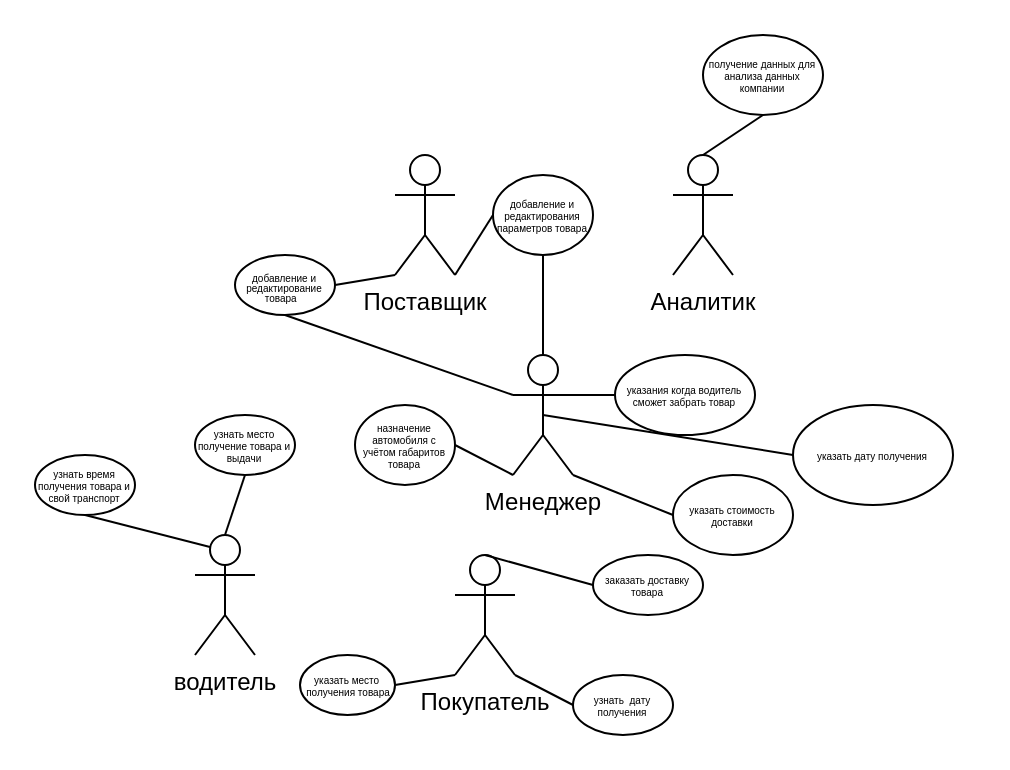
imartem1/question keeps this draw.io diagram as Диаграмма без названия.drawio. Above is the earlier version. Source tidied: cells renumbered, new cells numbered last; positions are measured from the earlier drawing's top-left corner, leaving out a move shared by most shapes. Both pictures are drawn from the tidied source at 200%, with x=0, y=0 at pixel (34, 34).
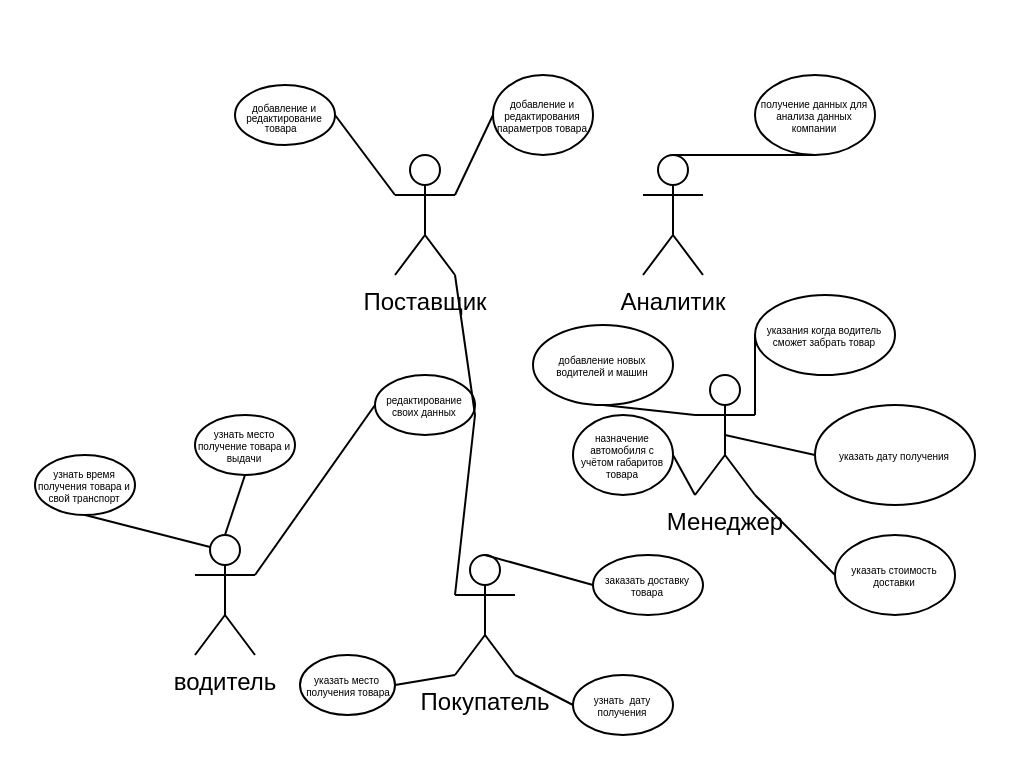
The same page after the edit.

Unchanged cells that the change refers to:
```xml
<mxCell id="2" value="водитель" style="shape=umlActor;verticalLabelPosition=bottom;verticalAlign=top;html=1;outlineConnect=0;" parent="1" vertex="1">
  <mxGeometry x="80" y="250" width="30" height="60" as="geometry" />
</mxCell>
<mxCell id="3" value="Поставщик" style="shape=umlActor;verticalLabelPosition=bottom;verticalAlign=top;html=1;outlineConnect=0;" parent="1" vertex="1">
  <mxGeometry x="180" y="60" width="30" height="60" as="geometry" />
</mxCell>
<mxCell id="4" value="Покупатель" style="shape=umlActor;verticalLabelPosition=bottom;verticalAlign=top;html=1;outlineConnect=0;" parent="1" vertex="1">
  <mxGeometry x="210" y="260" width="30" height="60" as="geometry" />
</mxCell>
```

The edit, as a diff of the source:
```diff
@@
     <mxCell id="5" value="Менеджер" style="shape=umlActor;verticalLabelPosition=bottom;verticalAlign=top;html=1;outlineConnect=0;" parent="1" vertex="1">
-      <mxGeometry x="239" y="160" width="30" height="60" as="geometry" />
+      <mxGeometry x="330" y="170" width="30" height="60" as="geometry" />
     </mxCell>
     <mxCell id="6" value="Аналитик" style="shape=umlActor;verticalLabelPosition=bottom;verticalAlign=top;html=1;outlineConnect=0;" parent="1" vertex="1">
-      <mxGeometry x="319" y="60" width="30" height="60" as="geometry" />
+      <mxGeometry x="304" y="60" width="30" height="60" as="geometry" />
     </mxCell>
     <mxCell id="7" value="&lt;p style=&quot;line-height: 0.4;&quot;&gt;&lt;span style=&quot;font-size: 5px;&quot;&gt;добавление и редактирование товара&lt;/span&gt;&amp;nbsp;&lt;/p&gt;" style="ellipse;whiteSpace=wrap;html=1;align=center;" parent="1" vertex="1">
-      <mxGeometry x="100" y="110" width="50" height="30" as="geometry" />
+      <mxGeometry x="100" y="25" width="50" height="30" as="geometry" />
     </mxCell>
     <mxCell id="8" value="добавление и редактирования параметров товара" style="ellipse;whiteSpace=wrap;html=1;fontSize=5;" parent="1" vertex="1">
-      <mxGeometry x="229" y="70" width="50" height="40" as="geometry" />
+      <mxGeometry x="229" y="20" width="50" height="40" as="geometry" />
     </mxCell>
-    <mxCell id="9" style="endArrow=none;html=1;rounded=0;fontSize=5;exitX=1;exitY=0.5;exitDx=0;exitDy=0;entryX=0;entryY=1;entryDx=0;entryDy=0;entryPerimeter=0;" parent="1" edge="1" source="7" target="3">
+    <mxCell id="9" style="endArrow=none;html=1;rounded=0;fontSize=5;exitX=1;exitY=0.5;exitDx=0;exitDy=0;entryX=0;entryY=0.3333333333333333;entryDx=0;entryDy=0;entryPerimeter=0;" parent="1" edge="1" source="7" target="3">
       <mxGeometry relative="1" as="geometry" />
     </mxCell>
-    <mxCell id="10" style="endArrow=none;html=1;rounded=0;fontSize=5;entryX=0;entryY=0.5;entryDx=0;entryDy=0;exitX=1;exitY=1;exitDx=0;exitDy=0;exitPerimeter=0;" parent="1" edge="1" source="3" target="8">
+    <mxCell id="10" style="endArrow=none;html=1;rounded=0;fontSize=5;entryX=0;entryY=0.5;entryDx=0;entryDy=0;exitX=1;exitY=0.3333333333333333;exitDx=0;exitDy=0;exitPerimeter=0;" parent="1" edge="1" source="3" target="8">
       <mxGeometry relative="1" as="geometry" />
     </mxCell>
@@
     <mxCell id="21" value="получение данных для анализа данных компании" style="ellipse;whiteSpace=wrap;html=1;fontSize=5;" parent="1" vertex="1">
-      <mxGeometry x="334" width="60" height="40" as="geometry" />
+      <mxGeometry x="360" y="20" width="60" height="40" as="geometry" />
     </mxCell>
@@
-    <mxCell id="23" style="endArrow=none;html=1;rounded=0;fontSize=5;exitX=0.5;exitY=1;exitDx=0;exitDy=0;entryX=0.5;entryY=0;entryDx=0;entryDy=0;entryPerimeter=0;" parent="1" edge="1" source="8" target="5">
-      <mxGeometry relative="1" as="geometry" />
-    </mxCell>
-    <mxCell id="24" style="endArrow=none;html=1;rounded=0;fontSize=5;exitX=0.5;exitY=1;exitDx=0;exitDy=0;entryX=0;entryY=0.3333333333333333;entryDx=0;entryDy=0;entryPerimeter=0;" parent="1" edge="1" source="7" target="5">
-      <mxGeometry relative="1" as="geometry" />
-    </mxCell>
     <mxCell id="25" value="назначение автомобиля с учётом габаритов товара" style="ellipse;whiteSpace=wrap;html=1;fontSize=5;" parent="1" vertex="1">
-      <mxGeometry x="160" y="185" width="50" height="40" as="geometry" />
+      <mxGeometry x="269" y="190" width="50" height="40" as="geometry" />
     </mxCell>
@@
     <mxCell id="27" value="указания когда водитель сможет забрать товар" style="ellipse;whiteSpace=wrap;html=1;fontSize=5;" parent="1" vertex="1">
-      <mxGeometry x="290" y="160" width="70" height="40" as="geometry" />
+      <mxGeometry x="360" y="130" width="70" height="40" as="geometry" />
     </mxCell>
@@
     <mxCell id="29" value="указать стоимость доставки" style="ellipse;whiteSpace=wrap;html=1;fontSize=5;" parent="1" vertex="1">
-      <mxGeometry x="319" y="220" width="60" height="40" as="geometry" />
+      <mxGeometry x="400" y="250" width="60" height="40" as="geometry" />
     </mxCell>
@@
     <mxCell id="31" value="указать дату получения" style="ellipse;whiteSpace=wrap;html=1;fontSize=5;" parent="1" vertex="1">
-      <mxGeometry x="379" y="185" width="80" height="50" as="geometry" />
+      <mxGeometry x="390" y="185" width="80" height="50" as="geometry" />
     </mxCell>
@@
+    <mxCell id="33" value="добавление новых водителей и машин" style="ellipse;whiteSpace=wrap;html=1;fontSize=5;" parent="1" vertex="1">
+      <mxGeometry x="249" y="145" width="70" height="40" as="geometry" />
+    </mxCell>
+    <mxCell id="34" style="endArrow=none;html=1;rounded=0;fontSize=5;entryX=0.5;entryY=1;entryDx=0;entryDy=0;exitX=0;exitY=0.3333333333333333;exitDx=0;exitDy=0;exitPerimeter=0;" parent="1" edge="1" source="5" target="33">
+      <mxGeometry relative="1" as="geometry" />
+    </mxCell>
+    <mxCell id="35" value="редактирование своих данных" style="ellipse;whiteSpace=wrap;html=1;fontSize=5;" parent="1" vertex="1">
+      <mxGeometry x="170" y="170" width="50" height="30" as="geometry" />
+    </mxCell>
+    <mxCell id="36" style="endArrow=none;html=1;rounded=0;fontSize=5;entryX=1;entryY=1;entryDx=0;entryDy=0;entryPerimeter=0;" parent="1" edge="1" target="3">
+      <mxGeometry relative="1" as="geometry">
+        <mxPoint x="220" y="190" as="sourcePoint" />
+      </mxGeometry>
+    </mxCell>
+    <mxCell id="37" style="endArrow=none;html=1;rounded=0;fontSize=5;exitX=0;exitY=0.5;exitDx=0;exitDy=0;entryX=1;entryY=0.3333333333333333;entryDx=0;entryDy=0;entryPerimeter=0;" parent="1" edge="1" source="35" target="2">
+      <mxGeometry relative="1" as="geometry" />
+    </mxCell>
+    <mxCell id="38" style="endArrow=none;html=1;rounded=0;fontSize=5;entryX=0;entryY=0.3333333333333333;entryDx=0;entryDy=0;entryPerimeter=0;" parent="1" edge="1" target="4">
+      <mxGeometry relative="1" as="geometry">
+        <mxPoint x="220" y="190" as="sourcePoint" />
+      </mxGeometry>
+    </mxCell>
```
